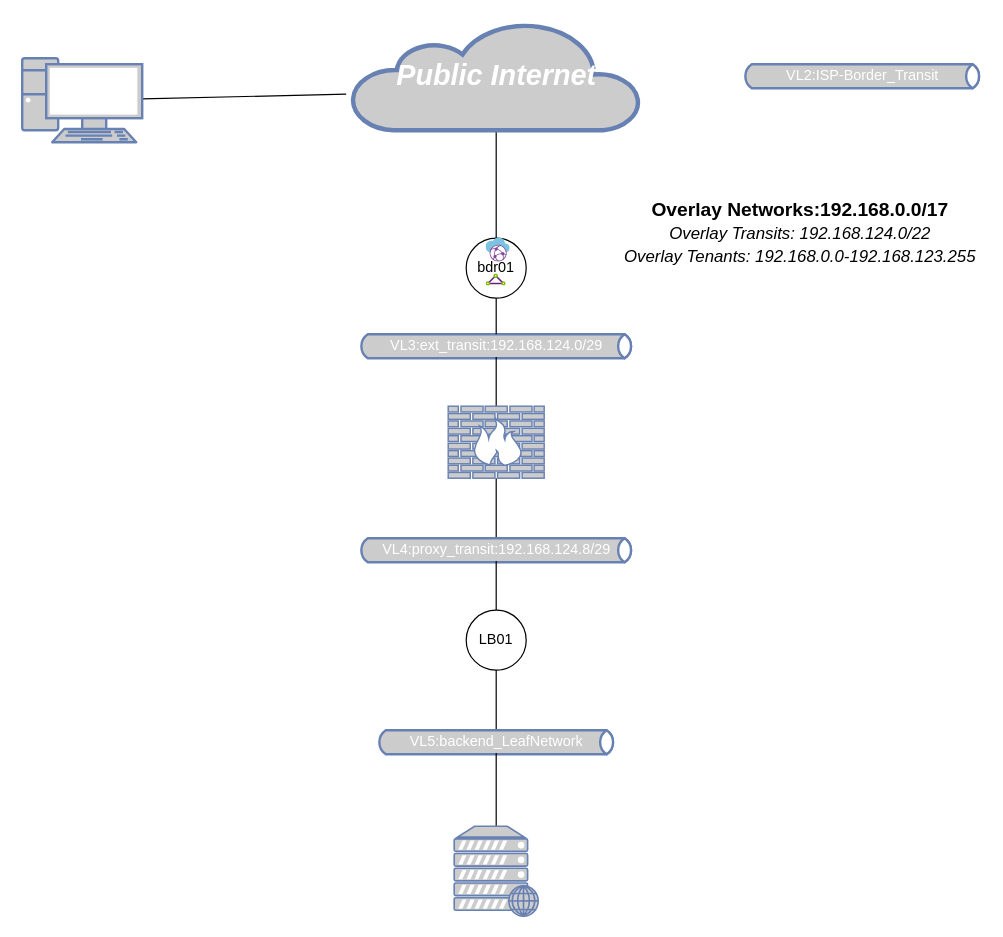
Above: page "Logical Topology" (2 of 3) of gns3-validation-design.drawio in innanetguru/cloud-network-demo (draw.io), before the change. Source tidied: cells renumbered, new cells numbered last; positions are measured from the earlier drawing's top-left corner, leaving out a move shared by most shapes. Both pictures are drawn from the tidied source at 120%, with x=0, y=0 at pixel (22, 22).
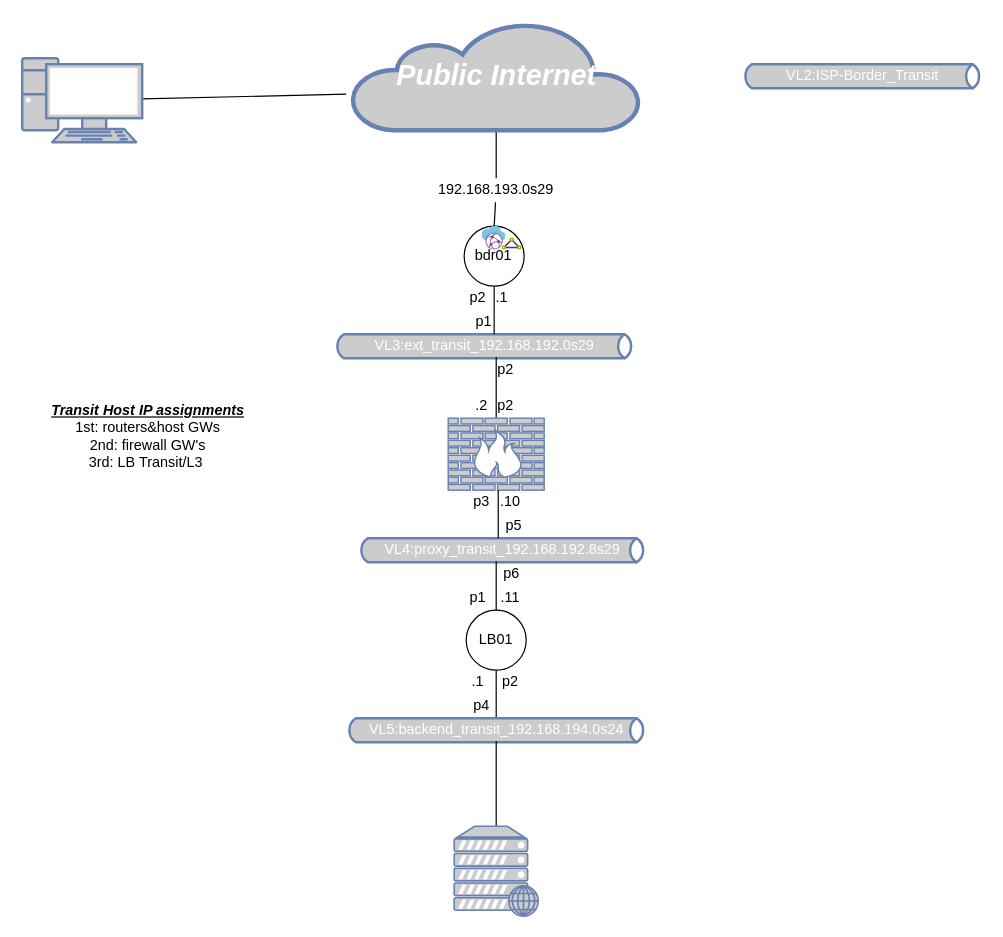
The same page after the edit.

The change refers to these unchanged cells:
```xml
<mxCell id="9" value="&lt;font style=&quot;font-size: 24px&quot;&gt;&lt;b&gt;&lt;i&gt;Public Internet&lt;/i&gt;&lt;/b&gt;&lt;/font&gt;" style="html=1;outlineConnect=0;fillColor=#CCCCCC;strokeColor=#6881B3;gradientColor=none;gradientDirection=north;strokeWidth=2;shape=mxgraph.networks.cloud;fontColor=#ffffff;" parent="1" vertex="1">
  <mxGeometry x="275" width="240" height="90" as="geometry" />
</mxCell>
```

What changed in the source:
```diff
@@
-    <mxCell id="3" value="VL3:ext_transit:192.168.124.0/29" style="html=1;outlineConnect=0;fillColor=#CCCCCC;strokeColor=#6881B3;gradientColor=none;gradientDirection=north;strokeWidth=2;shape=mxgraph.networks.bus;gradientColor=none;gradientDirection=north;fontColor=#ffffff;perimeter=backbonePerimeter;backboneSize=20;" parent="1" vertex="1">
-      <mxGeometry x="280" y="260" width="230" height="20" as="geometry" />
+    <mxCell id="3" value="VL3:ext_transit_192.168.192.0s29" style="html=1;outlineConnect=0;fillColor=#CCCCCC;strokeColor=#6881B3;gradientColor=none;gradientDirection=north;strokeWidth=2;shape=mxgraph.networks.bus;gradientColor=none;gradientDirection=north;fontColor=#ffffff;perimeter=backbonePerimeter;backboneSize=20;" parent="1" vertex="1">
+      <mxGeometry x="260" y="260" width="250" height="20" as="geometry" />
     </mxCell>
@@
-    <mxCell id="5" style="edgeStyle=none;rounded=0;jettySize=auto;html=1;exitX=0.5;exitY=0;exitDx=0;exitDy=0;endArrow=none;endFill=0;" parent="1" edge="1" source="6" target="9">
+    <mxCell id="5" style="edgeStyle=none;rounded=0;jettySize=auto;html=1;exitX=0.5;exitY=0;exitDx=0;exitDy=0;endArrow=none;endFill=0;" parent="1" edge="1" source="23" target="9">
       <mxGeometry relative="1" as="geometry" />
     </mxCell>
     <mxCell id="6" value="bdr01" style="ellipse;whiteSpace=wrap;html=1;" parent="1" vertex="1">
-      <mxGeometry x="370" y="180" width="50" height="50" as="geometry" />
+      <mxGeometry x="368.3" y="170" width="50" height="50" as="geometry" />
     </mxCell>
     <mxCell id="7" style="html=1;align=center;image;fontSize=12;image=img/lib/mscae/aspect=fixed;html=1;perimeter=none;align=center;shadow=0;dashed=0;image;fontSize=12;image=img/lib/mscae/Virtual_WANs.svg;" parent="1" vertex="1">
-      <mxGeometry x="386.7" y="180" width="20" height="20" as="geometry" />
+      <mxGeometry x="383.3" y="170" width="20" height="20" as="geometry" />
     </mxCell>
     <mxCell id="8" style="html=1;align=center;image;fontSize=12;image=img/lib/mscae/Express_Route.svg;" parent="1" vertex="1">
-      <mxGeometry x="386.7" y="210" width="16.7" height="10" as="geometry" />
+      <mxGeometry x="400" y="180" width="16.7" height="10" as="geometry" />
     </mxCell>
@@
-    <mxCell id="11" style="edgeStyle=none;rounded=0;jettySize=auto;html=1;endArrow=none;endFill=0;" parent="1" edge="1" source="12" target="13">
-      <mxGeometry relative="1" as="geometry" />
-    </mxCell>
     <mxCell id="12" style="fontColor=#0066CC;verticalAlign=top;verticalLabelPosition=bottom;labelPosition=center;align=center;html=1;outlineConnect=0;fillColor=#CCCCCC;strokeColor=#6881B3;gradientColor=none;gradientDirection=north;strokeWidth=2;shape=mxgraph.networks.firewall;" parent="1" vertex="1">
-      <mxGeometry x="355" y="320" width="80" height="60" as="geometry" />
+      <mxGeometry x="355" y="330" width="80" height="60" as="geometry" />
     </mxCell>
-    <mxCell id="13" value="VL4:proxy_transit:192.168.124.8/29" style="html=1;outlineConnect=0;fillColor=#CCCCCC;strokeColor=#6881B3;gradientColor=none;gradientDirection=north;strokeWidth=2;shape=mxgraph.networks.bus;gradientColor=none;gradientDirection=north;fontColor=#ffffff;perimeter=backbonePerimeter;backboneSize=20;" parent="1" vertex="1">
-      <mxGeometry x="280" y="430" width="230" height="20" as="geometry" />
+    <mxCell id="13" value="VL4:proxy_transit_192.168.192.8s29" style="html=1;outlineConnect=0;fillColor=#CCCCCC;strokeColor=#6881B3;gradientColor=none;gradientDirection=north;strokeWidth=2;shape=mxgraph.networks.bus;gradientColor=none;gradientDirection=north;fontColor=#ffffff;perimeter=backbonePerimeter;backboneSize=20;" parent="1" vertex="1">
+      <mxGeometry x="280" y="430" width="240" height="20" as="geometry" />
     </mxCell>
@@
-    <mxCell id="17" value="VL5:backend_LeafNetwork" style="html=1;outlineConnect=0;fillColor=#CCCCCC;strokeColor=#6881B3;gradientColor=none;gradientDirection=north;strokeWidth=2;shape=mxgraph.networks.bus;gradientColor=none;gradientDirection=north;fontColor=#ffffff;perimeter=backbonePerimeter;backboneSize=20;" parent="1" vertex="1">
-      <mxGeometry x="295" y="590" width="200" height="20" as="geometry" />
+    <mxCell id="17" value="VL5:backend_transit_192.168.194.0s24" style="html=1;outlineConnect=0;fillColor=#CCCCCC;strokeColor=#6881B3;gradientColor=none;gradientDirection=north;strokeWidth=2;shape=mxgraph.networks.bus;gradientColor=none;gradientDirection=north;fontColor=#ffffff;perimeter=backbonePerimeter;backboneSize=20;" parent="1" vertex="1">
+      <mxGeometry x="270" y="580" width="250" height="20" as="geometry" />
     </mxCell>
@@
-    <mxCell id="22" value="Overlay Networks:192.168.0.0/17&lt;br&gt;&lt;font style=&quot;font-size: 14px ; font-weight: normal&quot;&gt;&lt;i&gt;Overlay Transits: 192.168.124.0/22&lt;br&gt;Overlay Tenants: 192.168.0.0-192.168.123.255&lt;br&gt;&lt;/i&gt;&lt;/font&gt;" style="text;html=1;strokeColor=none;fillColor=none;align=center;verticalAlign=middle;whiteSpace=wrap;rounded=0;fontSize=16;fontStyle=1;" parent="1" vertex="1">
-      <mxGeometry x="496.7" y="150" width="303.3" height="50" as="geometry" />
-    </mxCell>
+    <mxCell id="23" value="192.168.193.0s29" style="text;html=1;strokeColor=none;fillColor=none;align=center;verticalAlign=middle;whiteSpace=wrap;rounded=0;" parent="1" vertex="1">
+      <mxGeometry x="300" y="130" width="190" height="20" as="geometry" />
+    </mxCell>
+    <mxCell id="24" style="edgeStyle=none;rounded=0;jettySize=auto;html=1;exitX=0.5;exitY=0;exitDx=0;exitDy=0;endArrow=none;endFill=0;" parent="1" edge="1" source="6" target="23">
+      <mxGeometry relative="1" as="geometry" />
+    </mxCell>
+    <mxCell id="25" value="&lt;u&gt;&lt;b&gt;&lt;i&gt;Transit Host IP assignments&lt;/i&gt;&lt;/b&gt;&lt;/u&gt;&lt;br&gt;1st: routers&amp;amp;host GWs&lt;br&gt;2nd: firewall GW's&lt;br&gt;3rd: LB Transit/L3&amp;nbsp;" style="text;html=1;strokeColor=none;fillColor=none;align=center;verticalAlign=middle;whiteSpace=wrap;rounded=0;" parent="1" vertex="1">
+      <mxGeometry y="260" width="210" height="170" as="geometry" />
+    </mxCell>
+    <mxCell id="26" value=".1" style="text;html=1;strokeColor=none;fillColor=none;align=center;verticalAlign=middle;whiteSpace=wrap;rounded=0;" parent="1" vertex="1">
+      <mxGeometry x="360" y="540" width="40" height="20" as="geometry" />
+    </mxCell>
+    <mxCell id="27" value=".11" style="text;html=1;strokeColor=none;fillColor=none;align=center;verticalAlign=middle;whiteSpace=wrap;rounded=0;" parent="1" vertex="1">
+      <mxGeometry x="386.7" y="470" width="40" height="20" as="geometry" />
+    </mxCell>
+    <mxCell id="28" value=".10" style="text;html=1;strokeColor=none;fillColor=none;align=center;verticalAlign=middle;whiteSpace=wrap;rounded=0;" parent="1" vertex="1">
+      <mxGeometry x="386.7" y="390" width="40" height="20" as="geometry" />
+    </mxCell>
+    <mxCell id="29" style="endArrow=none;html=1;entryX=0.25;entryY=0;entryDx=0;entryDy=0;" parent="1" edge="1" source="13" target="28">
+      <mxGeometry relative="1" as="geometry" />
+    </mxCell>
+    <mxCell id="30" value=".2" style="text;html=1;strokeColor=none;fillColor=none;align=center;verticalAlign=middle;whiteSpace=wrap;rounded=0;" parent="1" vertex="1">
+      <mxGeometry x="363.3" y="310" width="40" height="20" as="geometry" />
+    </mxCell>
+    <mxCell id="31" value=".1" style="text;html=1;strokeColor=none;fillColor=none;align=center;verticalAlign=middle;whiteSpace=wrap;rounded=0;" parent="1" vertex="1">
+      <mxGeometry x="380" y="220" width="40" height="20" as="geometry" />
+    </mxCell>
+    <mxCell id="32" value="p1" style="text;html=1;strokeColor=none;fillColor=none;align=center;verticalAlign=middle;whiteSpace=wrap;rounded=0;" parent="1" vertex="1">
+      <mxGeometry x="365" y="240" width="40" height="20" as="geometry" />
+    </mxCell>
+    <mxCell id="33" value="p2" style="text;html=1;strokeColor=none;fillColor=none;align=center;verticalAlign=middle;whiteSpace=wrap;rounded=0;" parent="1" vertex="1">
+      <mxGeometry x="383.3" y="280" width="40" height="20" as="geometry" />
+    </mxCell>
+    <mxCell id="34" value="p2" style="text;html=1;strokeColor=none;fillColor=none;align=center;verticalAlign=middle;whiteSpace=wrap;rounded=0;" parent="1" vertex="1">
+      <mxGeometry x="383.3" y="310" width="40" height="20" as="geometry" />
+    </mxCell>
+    <mxCell id="35" value="p2" style="text;html=1;strokeColor=none;fillColor=none;align=center;verticalAlign=middle;whiteSpace=wrap;rounded=0;" parent="1" vertex="1">
+      <mxGeometry x="360" y="220" width="40" height="20" as="geometry" />
+    </mxCell>
+    <mxCell id="36" value="p3" style="text;html=1;strokeColor=none;fillColor=none;align=center;verticalAlign=middle;whiteSpace=wrap;rounded=0;" parent="1" vertex="1">
+      <mxGeometry x="363.3" y="390" width="40" height="20" as="geometry" />
+    </mxCell>
+    <mxCell id="37" value="p6" style="text;html=1;strokeColor=none;fillColor=none;align=center;verticalAlign=middle;whiteSpace=wrap;rounded=0;" parent="1" vertex="1">
+      <mxGeometry x="388.4" y="450" width="40" height="20" as="geometry" />
+    </mxCell>
+    <mxCell id="38" value="p5" style="text;html=1;strokeColor=none;fillColor=none;align=center;verticalAlign=middle;whiteSpace=wrap;rounded=0;" parent="1" vertex="1">
+      <mxGeometry x="390" y="410" width="40" height="20" as="geometry" />
+    </mxCell>
+    <mxCell id="39" value="p1" style="text;html=1;strokeColor=none;fillColor=none;align=center;verticalAlign=middle;whiteSpace=wrap;rounded=0;" parent="1" vertex="1">
+      <mxGeometry x="360" y="470" width="40" height="20" as="geometry" />
+    </mxCell>
+    <mxCell id="40" value="p2" style="text;html=1;strokeColor=none;fillColor=none;align=center;verticalAlign=middle;whiteSpace=wrap;rounded=0;" parent="1" vertex="1">
+      <mxGeometry x="386.7" y="540" width="40" height="20" as="geometry" />
+    </mxCell>
+    <mxCell id="41" value="p4" style="text;html=1;strokeColor=none;fillColor=none;align=center;verticalAlign=middle;whiteSpace=wrap;rounded=0;" parent="1" vertex="1">
+      <mxGeometry x="363.3" y="560" width="40" height="20" as="geometry" />
+    </mxCell>
```
